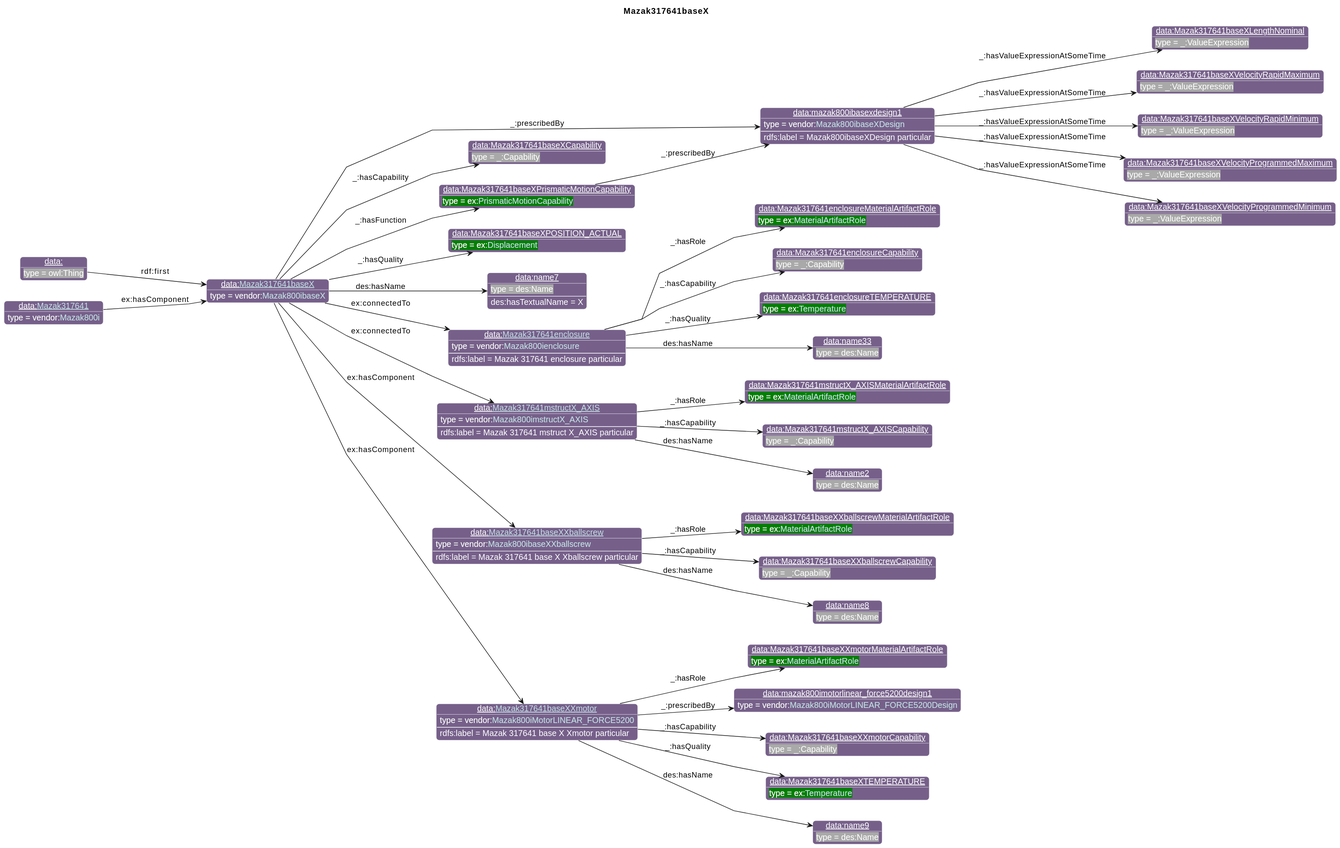
Earlier version of the PlantUML export diagrams/Mazak317641baseX.svg (iofoundry/example-syseng-mtconnect).
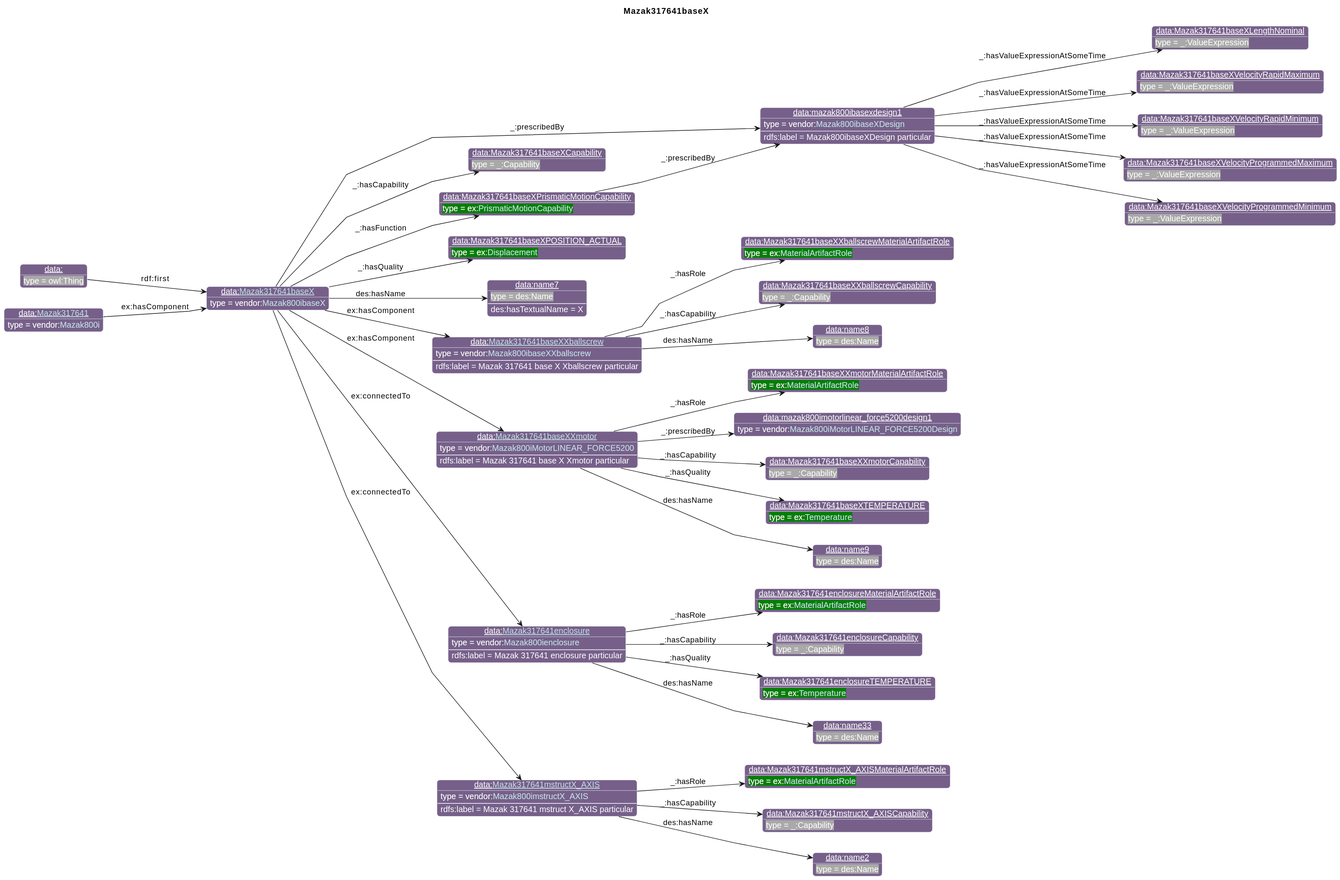
The same file after the commit.

What changed in the source:
```diff
@@ -36,25 +36,25 @@
 individual(o8, data:Mazak317641baseXPrismaticMotionCapability, ex:[[../Example.html#PrismaticMotionCapability PrismaticMotionCapability]])
 individual(o9, data:Mazak317641baseXPOSITION_ACTUAL, ex:[[../Example.html#Displacement Displacement]])
 individual(o10, data:name7, des:Name)
-individual(o11, data:[[./Mazak317641enclosure.html Mazak317641enclosure]], vendor:[[../Mazak.html#Mazak800ienclosure Mazak800ienclosure]])
-individual(o12, data:Mazak317641enclosureMaterialArtifactRole, ex:[[../Example.html#MaterialArtifactRole MaterialArtifactRole]])
-individual(o13, data:Mazak317641enclosureCapability, _:Capability)
-individual(o14, data:Mazak317641enclosureTEMPERATURE, ex:[[../Example.html#Temperature Temperature]])
-individual(o15, data:name33, des:Name)
-individual(o16, data:[[./Mazak317641mstructX_AXIS.html Mazak317641mstructX_AXIS]], vendor:[[../Mazak.html#Mazak800imstructX_AXIS Mazak800imstructX_AXIS]])
-individual(o17, data:Mazak317641mstructX_AXISMaterialArtifactRole, ex:[[../Example.html#MaterialArtifactRole MaterialArtifactRole]])
-individual(o18, data:Mazak317641mstructX_AXISCapability, _:Capability)
-individual(o19, data:name2, des:Name)
-individual(o20, data:[[./Mazak317641baseXXballscrew.html Mazak317641baseXXballscrew]], vendor:[[../Mazak.html#Mazak800ibaseXXballscrew Mazak800ibaseXXballscrew]])
-individual(o21, data:Mazak317641baseXXballscrewMaterialArtifactRole, ex:[[../Example.html#MaterialArtifactRole MaterialArtifactRole]])
-individual(o22, data:Mazak317641baseXXballscrewCapability, _:Capability)
-individual(o23, data:name8, des:Name)
-individual(o24, data:[[./Mazak317641baseXXmotor.html Mazak317641baseXXmotor]], vendor:[[../Mazak.html#Mazak800iMotorLINEAR_FORCE5200 Mazak800iMotorLINEAR_FORCE5200]])
-individual(o25, data:Mazak317641baseXXmotorMaterialArtifactRole, ex:[[../Example.html#MaterialArtifactRole MaterialArtifactRole]])
-individual(o26, data:mazak800imotorlinear_force5200design1, vendor:[[../Mazak.html#Mazak800iMotorLINEAR_FORCE5200Design Mazak800iMotorLINEAR_FORCE5200Design]])
-individual(o27, data:Mazak317641baseXXmotorCapability, _:Capability)
-individual(o28, data:Mazak317641baseXTEMPERATURE, ex:[[../Example.html#Temperature Temperature]])
-individual(o29, data:name9, des:Name)
+individual(o11, data:[[./Mazak317641baseXXballscrew.html Mazak317641baseXXballscrew]], vendor:[[../Mazak.html#Mazak800ibaseXXballscrew Mazak800ibaseXXballscrew]])
+individual(o12, data:Mazak317641baseXXballscrewMaterialArtifactRole, ex:[[../Example.html#MaterialArtifactRole MaterialArtifactRole]])
+individual(o13, data:Mazak317641baseXXballscrewCapability, _:Capability)
+individual(o14, data:name8, des:Name)
+individual(o15, data:[[./Mazak317641baseXXmotor.html Mazak317641baseXXmotor]], vendor:[[../Mazak.html#Mazak800iMotorLINEAR_FORCE5200 Mazak800iMotorLINEAR_FORCE5200]])
+individual(o16, data:Mazak317641baseXXmotorMaterialArtifactRole, ex:[[../Example.html#MaterialArtifactRole MaterialArtifactRole]])
+individual(o17, data:mazak800imotorlinear_force5200design1, vendor:[[../Mazak.html#Mazak800iMotorLINEAR_FORCE5200Design Mazak800iMotorLINEAR_FORCE5200Design]])
+individual(o18, data:Mazak317641baseXXmotorCapability, _:Capability)
+individual(o19, data:Mazak317641baseXTEMPERATURE, ex:[[../Example.html#Temperature Temperature]])
+individual(o20, data:name9, des:Name)
+individual(o21, data:[[./Mazak317641enclosure.html Mazak317641enclosure]], vendor:[[../Mazak.html#Mazak800ienclosure Mazak800ienclosure]])
+individual(o22, data:Mazak317641enclosureMaterialArtifactRole, ex:[[../Example.html#MaterialArtifactRole MaterialArtifactRole]])
+individual(o23, data:Mazak317641enclosureCapability, _:Capability)
+individual(o24, data:Mazak317641enclosureTEMPERATURE, ex:[[../Example.html#Temperature Temperature]])
+individual(o25, data:name33, des:Name)
+individual(o26, data:[[./Mazak317641mstructX_AXIS.html Mazak317641mstructX_AXIS]], vendor:[[../Mazak.html#Mazak800imstructX_AXIS Mazak800imstructX_AXIS]])
+individual(o27, data:Mazak317641mstructX_AXISMaterialArtifactRole, ex:[[../Example.html#MaterialArtifactRole MaterialArtifactRole]])
+individual(o28, data:Mazak317641mstructX_AXISCapability, _:Capability)
+individual(o29, data:name2, des:Name)
 individual(o30, data:, owl:Thing)
 individual(o31, data:[[./Mazak317641.html Mazak317641]], vendor:[[../Mazak.html#Mazak800i Mazak800i]])
 property(o0, "_:prescribedBy", o1)
@@ -70,29 +70,29 @@
 property(o0, "_:hasQuality", o9)
 property(o0, "des:hasName", o10)
 data(o10, "des:hasTextualName", "X")
-property(o0, "ex:connectedTo", o11)
-data(o11, "rdfs:label", "Mazak 317641 enclosure particular")
+property(o0, "ex:hasComponent", o11)
+data(o11, "rdfs:label", "Mazak 317641 base X Xballscrew particular")
 property(o11, "_:hasRole", o12)
 property(o11, "_:hasCapability", o13)
-property(o11, "_:hasQuality", o14)
-property(o11, "des:hasName", o15)
-property(o0, "ex:connectedTo", o16)
-data(o16, "rdfs:label", "Mazak 317641 mstruct X_AXIS particular")
-property(o16, "_:hasRole", o17)
-property(o16, "_:hasCapability", o18)
-property(o16, "des:hasName", o19)
-property(o0, "ex:hasComponent", o20)
-data(o20, "rdfs:label", "Mazak 317641 base X Xballscrew particular")
-property(o20, "_:hasRole", o21)
-property(o20, "_:hasCapability", o22)
-property(o20, "des:hasName", o23)
-property(o0, "ex:hasComponent", o24)
-data(o24, "rdfs:label", "Mazak 317641 base X Xmotor particular")
-property(o24, "_:hasRole", o25)
-property(o24, "_:prescribedBy", o26)
-property(o24, "_:hasCapability", o27)
-property(o24, "_:hasQuality", o28)
-property(o24, "des:hasName", o29)
+property(o11, "des:hasName", o14)
+property(o0, "ex:hasComponent", o15)
+data(o15, "rdfs:label", "Mazak 317641 base X Xmotor particular")
+property(o15, "_:hasRole", o16)
+property(o15, "_:prescribedBy", o17)
+property(o15, "_:hasCapability", o18)
+property(o15, "_:hasQuality", o19)
+property(o15, "des:hasName", o20)
+property(o0, "ex:connectedTo", o21)
+data(o21, "rdfs:label", "Mazak 317641 enclosure particular")
+property(o21, "_:hasRole", o22)
+property(o21, "_:hasCapability", o23)
+property(o21, "_:hasQuality", o24)
+property(o21, "des:hasName", o25)
+property(o0, "ex:connectedTo", o26)
+data(o26, "rdfs:label", "Mazak 317641 mstruct X_AXIS particular")
+property(o26, "_:hasRole", o27)
+property(o26, "_:hasCapability", o28)
+property(o26, "des:hasName", o29)
 property(o30, "rdf:first", o0)
 property(o31, "ex:hasComponent", o0)
 @enduml
```
